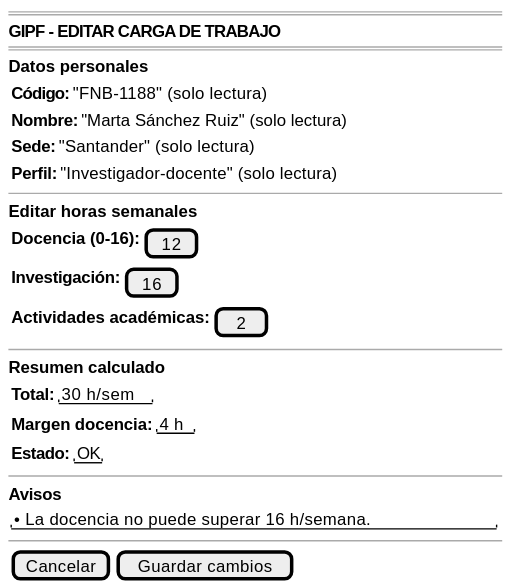
Above: images/RUP/00-casos-uso/02-detalle/investigador/editarCargaTrabajo/editarCargaTrabajo-wireframe.svg in beatriizorozco/25-26-idsw2-sdVC (PlantUML), before the change. The source it was exported from:
```plantuml
@startsalt editarCargaTrabajo-wireframe
{
    ====
    <b>GIPF - EDITAR CARGA DE TRABAJO</b>
    ====

    <b>Datos personales</b>
    {
        { <b>Código:</b> | "FNB-1188" (solo lectura) }
        { <b>Nombre:</b> | "Marta Sánchez Ruiz" (solo lectura) }
        { <b>Sede:</b> | "Santander" (solo lectura) }
        { <b>Perfil:</b> | "Investigador-docente" (solo lectura) }
    }

    --

    <b>Editar horas semanales</b>
    {
        { <b>Docencia (0-16):</b> | [ 12 ] }
        { <b>Investigación:</b> | [ 16 ] }
        { <b>Actividades académicas:</b> | [ 2  ] }
    }

    --

    <b>Resumen calculado</b>
    {
        { <b>Total:</b> | "30 h/sem" }
        { <b>Margen docencia:</b> | "4 h" }
        { <b>Estado:</b> | "OK" }
    }

    --

    <b>Avisos</b>
    {
        "• La docencia no puede superar 16 h/semana."
    }

    --

    { [Cancelar] | [Guardar cambios] }
}
@endsalt
```
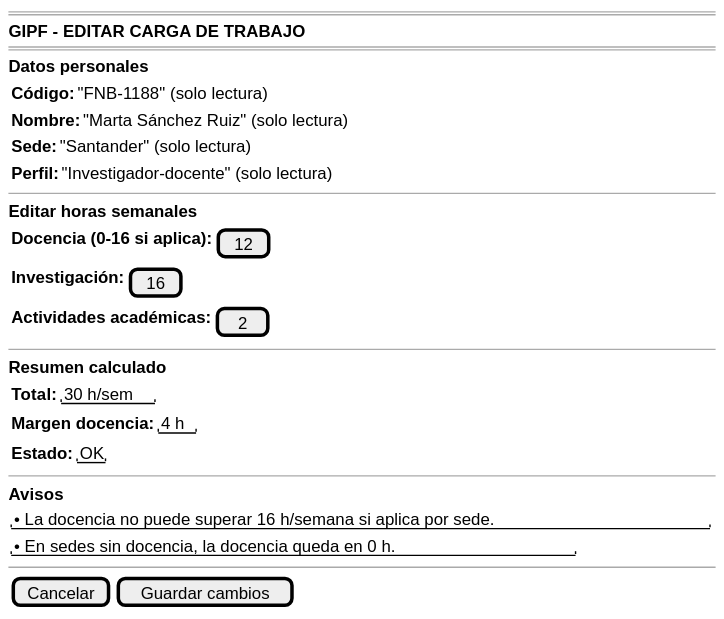
The same diagram one commit later.

Change to the diagram source:
```diff
@@ -16,7 +16,7 @@
 
     <b>Editar horas semanales</b>
     {
-        { <b>Docencia (0-16):</b> | [ 12 ] }
+        { <b>Docencia (0-16 si aplica):</b> | [ 12 ] }
         { <b>Investigación:</b> | [ 16 ] }
         { <b>Actividades académicas:</b> | [ 2  ] }
     }
@@ -34,7 +34,8 @@
 
     <b>Avisos</b>
     {
-        "• La docencia no puede superar 16 h/semana."
+        "• La docencia no puede superar 16 h/semana si aplica por sede."
+        "• En sedes sin docencia, la docencia queda en 0 h."
     }
 
     --
```
